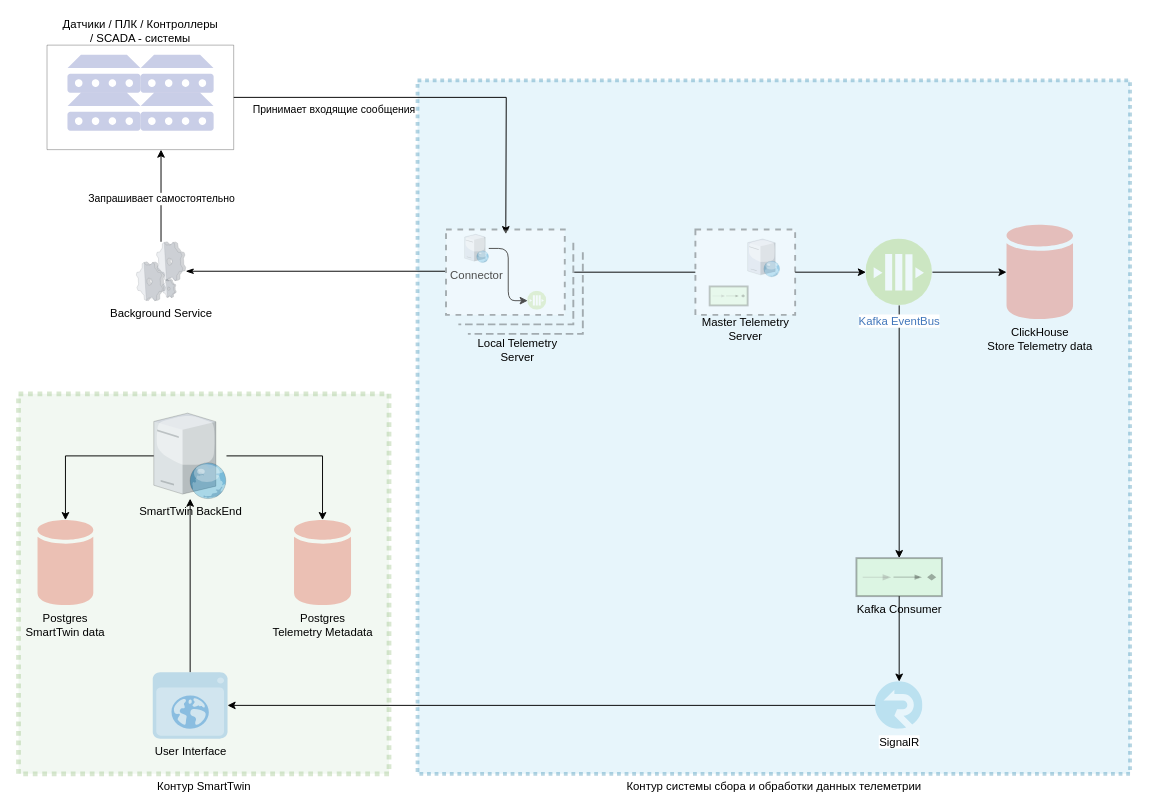
The draw.io diagram page "КонцептV2" (2 of 10) of ST.Telemetry.drawio in aaf1974/ProjectDiagram, before the edit. Source tidied: cells renumbered, new cells numbered last; positions are measured from the earlier drawing's top-left corner, leaving out a move shared by most shapes. Both pictures are drawn from the tidied source at 95%, with x=0, y=0 at pixel (18, 16).
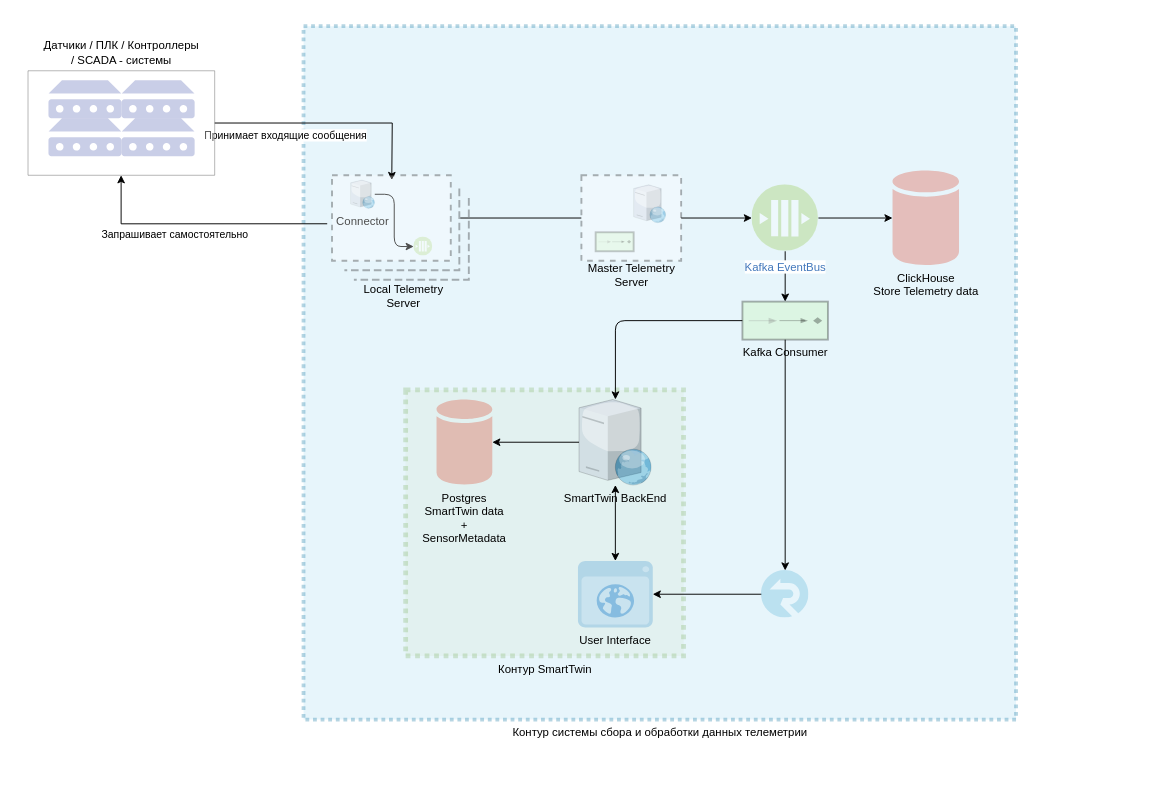
The same page after the edit.

The change refers to these unchanged cells:
```xml
<mxCell id="31" style="verticalLabelPosition=bottom;verticalAlign=top;html=1;shape=mxgraph.basic.rect;fillColor2=none;strokeWidth=1;size=20;indent=5;gradientColor=none;opacity=30;" parent="26" vertex="1">
  <mxGeometry width="196.5" height="110" as="geometry" />
</mxCell>
<mxCell id="39" style="verticalLabelPosition=bottom;verticalAlign=top;html=1;shape=mxgraph.basic.rect;fillColor2=none;strokeWidth=2;size=20;indent=5;rounded=0;sketch=0;opacity=30;perimeterSpacing=10;dashed=1;" parent="35" vertex="1">
  <mxGeometry width="125" height="90" as="geometry" />
</mxCell>
```

Diff of the diagram source:
```diff
@@
+    <mxCell id="3" value="Контур системы сбора и обработки данных телеметрии" style="verticalLabelPosition=bottom;verticalAlign=top;html=1;shape=mxgraph.basic.rect;fillColor2=none;strokeWidth=4;size=20;indent=5;dashed=1;dashPattern=1 1;fontSize=12;opacity=30;fillColor=#b1ddf0;strokeColor=#10739e;" parent="1" vertex="1">
+      <mxGeometry x="300" y="10" width="750" height="730" as="geometry" />
+    </mxCell>
     <mxCell id="2" value="Контур SmartTwin" style="verticalLabelPosition=bottom;verticalAlign=top;html=1;shape=mxgraph.basic.rect;fillColor2=none;strokeWidth=5;size=20;indent=5;fontSize=12;opacity=30;dashed=1;dashPattern=1 1;fillColor=#d5e8d4;strokeColor=#82b366;" parent="1" vertex="1">
-      <mxGeometry y="397" width="390" height="400" as="geometry" />
+      <mxGeometry x="407.5" y="393" width="292.5" height="280" as="geometry" />
     </mxCell>
-    <mxCell id="3" value="Контур системы сбора и обработки данных телеметрии" style="verticalLabelPosition=bottom;verticalAlign=top;html=1;shape=mxgraph.basic.rect;fillColor2=none;strokeWidth=4;size=20;indent=5;dashed=1;dashPattern=1 1;fontSize=12;opacity=30;fillColor=#b1ddf0;strokeColor=#10739e;" parent="1" vertex="1">
-      <mxGeometry x="420" y="67" width="750" height="730" as="geometry" />
-    </mxCell>
     <mxCell id="4" value="ClickHouse &lt;br&gt;Store Telemetry data" style="shadow=0;dashed=0;html=1;strokeColor=none;labelPosition=center;verticalLabelPosition=bottom;verticalAlign=top;outlineConnect=0;align=center;shape=mxgraph.office.databases.database;fillColor=#DA4026;opacity=30;" parent="1" vertex="1">
-      <mxGeometry x="1040" y="219" width="70" height="100" as="geometry" />
+      <mxGeometry x="920" y="162" width="70" height="100" as="geometry" />
     </mxCell>
-    <mxCell id="5" style="edgeStyle=orthogonalEdgeStyle;rounded=0;jettySize=auto;html=1;" parent="1" edge="1" source="6" target="20">
-      <mxGeometry relative="1" as="geometry" />
-    </mxCell>
-    <mxCell id="6" value="SignalR" style="html=1;points=[];align=center;image;fontSize=12;image=img/lib/mscae/SignalR.svg;strokeWidth=5;gradientColor=none;opacity=30;" parent="1" vertex="1">
-      <mxGeometry x="902" y="700" width="50" height="50" as="geometry" />
-    </mxCell>
@@
     <mxCell id="9" value="Kafka EventBus" style="perimeter=ellipsePerimeter;html=1;align=center;shadow=0;dashed=0;fontColor=#4277BB;labelBackgroundColor=#ffffff;fontSize=12;spacingTop=3;image;image=img/lib/ibm/blockchain/message_bus.svg;strokeWidth=5;gradientColor=none;opacity=30;" parent="1" vertex="1">
-      <mxGeometry x="892" y="234" width="70" height="70" as="geometry" />
+      <mxGeometry x="772" y="177" width="70" height="70" as="geometry" />
     </mxCell>
-    <mxCell id="10" style="edgeStyle=orthogonalEdgeStyle;rounded=0;jettySize=auto;html=1;" parent="1" edge="1" source="11" target="6">
-      <mxGeometry relative="1" as="geometry" />
-    </mxCell>
+    <mxCell id="48" style="edgeStyle=orthogonalEdgeStyle;curved=0;rounded=1;sketch=0;jettySize=auto;html=1;strokeWidth=1;" parent="1" edge="1" source="11" target="14">
+      <mxGeometry relative="1" as="geometry" />
+    </mxCell>
+    <mxCell id="49" style="edgeStyle=orthogonalEdgeStyle;curved=0;rounded=1;sketch=0;jettySize=auto;html=1;strokeWidth=1;" parent="1" edge="1" source="11" target="52">
+      <mxGeometry relative="1" as="geometry" />
+    </mxCell>
     <mxCell id="11" value="Kafka Consumer" style="fillColor=#c0f5a9;dashed=0;outlineConnect=0;strokeWidth=2;html=1;align=center;fontSize=12;verticalLabelPosition=bottom;verticalAlign=top;shape=mxgraph.eip.event_driven_consumer;opacity=30;" parent="1" vertex="1">
-      <mxGeometry x="882" y="570" width="90" height="40" as="geometry" />
+      <mxGeometry x="762" y="300" width="90" height="40" as="geometry" />
     </mxCell>
@@
-    <mxCell id="13" style="edgeStyle=orthogonalEdgeStyle;rounded=0;jettySize=auto;html=1;" parent="1" edge="1" source="14" target="21">
-      <mxGeometry relative="1" as="geometry" />
-    </mxCell>
+    <mxCell id="50" style="edgeStyle=orthogonalEdgeStyle;curved=0;rounded=1;sketch=0;jettySize=auto;html=1;strokeWidth=1;startArrow=classic;startFill=1;" parent="1" edge="1" source="14" target="20">
+      <mxGeometry relative="1" as="geometry" />
+    </mxCell>
     <mxCell id="14" value="SmartTwin BackEnd" style="verticalLabelPosition=bottom;html=1;verticalAlign=top;strokeColor=none;align=center;outlineConnect=0;shape=mxgraph.citrix.web_server;gradientColor=none;opacity=30;" parent="1" vertex="1">
-      <mxGeometry x="142.4" y="417.4" width="76.5" height="90" as="geometry" />
+      <mxGeometry x="590" y="403" width="76.5" height="90" as="geometry" />
     </mxCell>
@@
-    <mxCell id="16" style="edgeStyle=orthogonalEdgeStyle;rounded=0;jettySize=auto;html=1;startArrow=none;" parent="1" edge="1" source="33" target="31">
+    <mxCell id="16" style="edgeStyle=orthogonalEdgeStyle;rounded=0;jettySize=auto;html=1;startArrow=none;exitX=0.034;exitY=0.555;exitDx=0;exitDy=0;exitPerimeter=0;" parent="1" edge="1" source="39" target="31">
       <mxGeometry relative="1" as="geometry">
         <Array as="points">
-          <mxPoint x="128" y="285" />
+          <mxPoint x="108" y="218" />
         </Array>
       </mxGeometry>
     </mxCell>
@@
-    <mxCell id="18" style="edgeStyle=orthogonalEdgeStyle;rounded=0;jettySize=auto;html=1;startArrow=none;startFill=0;endArrow=classicThin;endFill=1;strokeWidth=1;exitX=0.062;exitY=0.491;exitDx=0;exitDy=0;exitPerimeter=0;" parent="1" edge="1" source="39" target="33">
-      <mxGeometry relative="1" as="geometry" />
-    </mxCell>
-    <mxCell id="19" style="edgeStyle=orthogonalEdgeStyle;rounded=0;jettySize=auto;html=1;" parent="1" edge="1" source="20" target="14">
-      <mxGeometry relative="1" as="geometry" />
-    </mxCell>
     <mxCell id="20" value="User Interface" style="shadow=0;dashed=0;html=1;strokeColor=none;fillColor=#4495D1;labelPosition=center;verticalLabelPosition=bottom;verticalAlign=top;align=center;outlineConnect=0;shape=mxgraph.veeam.2d.web_ui;opacity=30;" parent="1" vertex="1">
-      <mxGeometry x="141.3" y="690" width="78.7" height="70" as="geometry" />
+      <mxGeometry x="588.9" y="573" width="78.7" height="70" as="geometry" />
     </mxCell>
-    <mxCell id="21" value="Postgres&lt;br&gt;Telemetry Metadata" style="shadow=0;dashed=0;html=1;strokeColor=none;labelPosition=center;verticalLabelPosition=bottom;verticalAlign=top;outlineConnect=0;align=center;shape=mxgraph.office.databases.database;fillColor=#DA4026;opacity=30;" parent="1" vertex="1">
-      <mxGeometry x="290" y="530" width="60" height="90" as="geometry" />
-    </mxCell>
-    <mxCell id="22" value="Postgres&lt;br&gt;SmartTwin data" style="shadow=0;dashed=0;html=1;strokeColor=none;labelPosition=center;verticalLabelPosition=bottom;verticalAlign=top;outlineConnect=0;align=center;shape=mxgraph.office.databases.database;fillColor=#DA4026;opacity=30;" parent="1" vertex="1">
-      <mxGeometry x="20" y="530" width="58.7" height="90" as="geometry" />
+    <mxCell id="22" value="Postgres&lt;br&gt;SmartTwin data&lt;br&gt;+&lt;br&gt;SensorMetadata" style="shadow=0;dashed=0;html=1;strokeColor=none;labelPosition=center;verticalLabelPosition=bottom;verticalAlign=top;outlineConnect=0;align=center;shape=mxgraph.office.databases.database;fillColor=#DA4026;opacity=30;" parent="1" vertex="1">
+      <mxGeometry x="440" y="403" width="58.7" height="90" as="geometry" />
     </mxCell>
     <mxCell id="23" style="edgeStyle=orthogonalEdgeStyle;rounded=0;jettySize=auto;html=1;entryX=0.503;entryY=0.127;entryDx=0;entryDy=0;entryPerimeter=0;" parent="1" edge="1" source="31">
       <mxGeometry relative="1" as="geometry">
-        <mxPoint x="512.9" y="229" as="targetPoint" />
+        <mxPoint x="392.9" y="172" as="targetPoint" />
       </mxGeometry>
     </mxCell>
@@
     <mxCell id="26" style="group;labelPosition=center;verticalLabelPosition=bottom;align=center;verticalAlign=top;textDirection=ltr;" parent="1" vertex="1">
-      <mxGeometry x="30" y="30" width="196.5" height="110" as="geometry" />
+      <mxGeometry x="10" y="57" width="196.5" height="110" as="geometry" />
     </mxCell>
@@
     <mxCell id="32" value="Датчики / ПЛК / Контроллеры&lt;br&gt;/ SCADA - системы" style="text;html=1;align=center;verticalAlign=middle;strokeColor=none;fontSize=12;" parent="1" vertex="1">
-      <mxGeometry x="38.3" width="180" height="30" as="geometry" />
+      <mxGeometry x="18.3" y="23" width="180" height="30" as="geometry" />
     </mxCell>
-    <mxCell id="33" value="Background Service" style="verticalLabelPosition=bottom;html=1;verticalAlign=top;strokeColor=none;align=center;outlineConnect=0;shape=mxgraph.citrix.process;opacity=30;" parent="1" vertex="1">
-      <mxGeometry x="124" y="237" width="52" height="62" as="geometry" />
-    </mxCell>
     <mxCell id="34" style="group;" parent="1" vertex="1">
-      <mxGeometry x="450" y="224" width="150" height="142" as="geometry" />
+      <mxGeometry x="330" y="167" width="150" height="142" as="geometry" />
     </mxCell>
@@
     <mxCell id="43" style="group;" parent="1" vertex="1">
-      <mxGeometry x="710" y="224" width="110" height="120" as="geometry" />
+      <mxGeometry x="590" y="167" width="110" height="120" as="geometry" />
     </mxCell>
@@
+    <mxCell id="51" style="edgeStyle=orthogonalEdgeStyle;curved=0;rounded=1;sketch=0;jettySize=auto;html=1;strokeWidth=1;" parent="1" edge="1" source="52" target="20">
+      <mxGeometry relative="1" as="geometry" />
+    </mxCell>
+    <mxCell id="52" style="html=1;points=[];align=center;image;fontSize=12;image=img/lib/mscae/SignalR.svg;strokeWidth=5;gradientColor=none;opacity=30;rounded=0;dashed=1;sketch=0;" parent="1" vertex="1">
+      <mxGeometry x="782" y="583" width="50" height="50" as="geometry" />
+    </mxCell>
```
